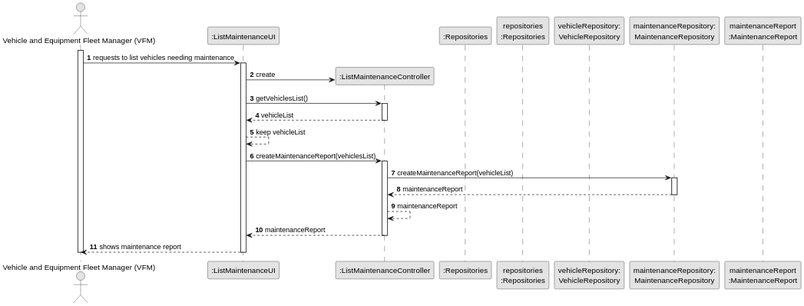
Before: docs/sprintB/us008/03.design/svg/us008-sequence-diagram-split.svg, a diagram exported from PlantUML (RicardoMorim/lapr2-ISEP-Project).
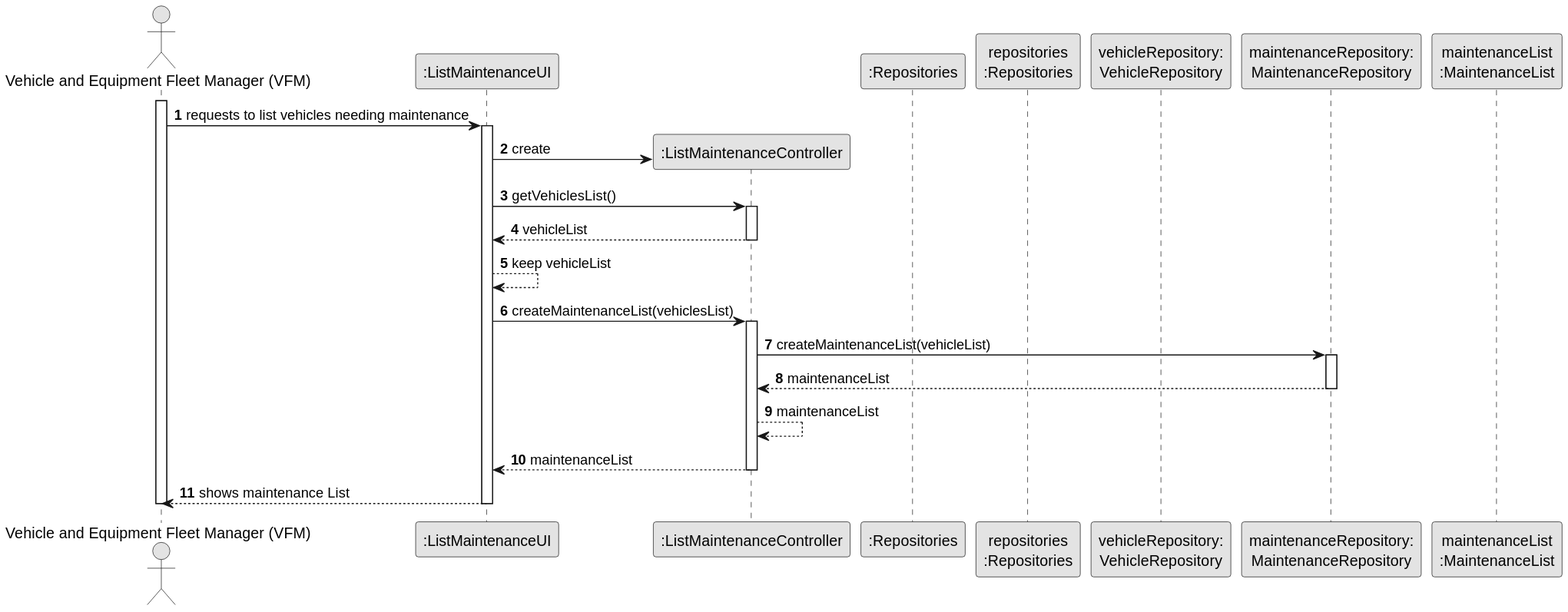
After the commit.

Diff of the diagram source:
```diff
@@ -13,7 +13,7 @@
 participant "repositories\n:Repositories" as PLAT
 participant "vehicleRepository:\nVehicleRepository" as VehicleRepository
 participant "maintenanceRepository:\nMaintenanceRepository" as MaintenanceRepository
-participant "maintenanceReport\n:MaintenanceReport" as MaintenanceReport
+participant "maintenanceList\n:MaintenanceList" as MaintenanceList
 activate VFM
 
     VFM -> UI : requests to list vehicles needing maintenance
@@ -29,23 +29,23 @@
 
         UI --> UI : keep vehicleList
 
-        UI -> CTRL : createMaintenanceReport(vehiclesList)
+        UI -> CTRL : createMaintenanceList(vehiclesList)
         activate CTRL
 
-        CTRL -> MaintenanceRepository: createMaintenanceReport(vehicleList)
+        CTRL -> MaintenanceRepository: createMaintenanceList(vehicleList)
         activate MaintenanceRepository
 
 
-        MaintenanceRepository --> CTRL: maintenanceReport
+        MaintenanceRepository --> CTRL: maintenanceList
         deactivate MaintenanceRepository
 
-        CTRL --> CTRL : maintenanceReport
+        CTRL --> CTRL : maintenanceList
 
 
-            CTRL --> UI : maintenanceReport
+            CTRL --> UI : maintenanceList
         deactivate CTRL
 
-        UI --> VFM : shows maintenance report
+        UI --> VFM : shows maintenance List
     deactivate UI
 
 deactivate VFM
```
